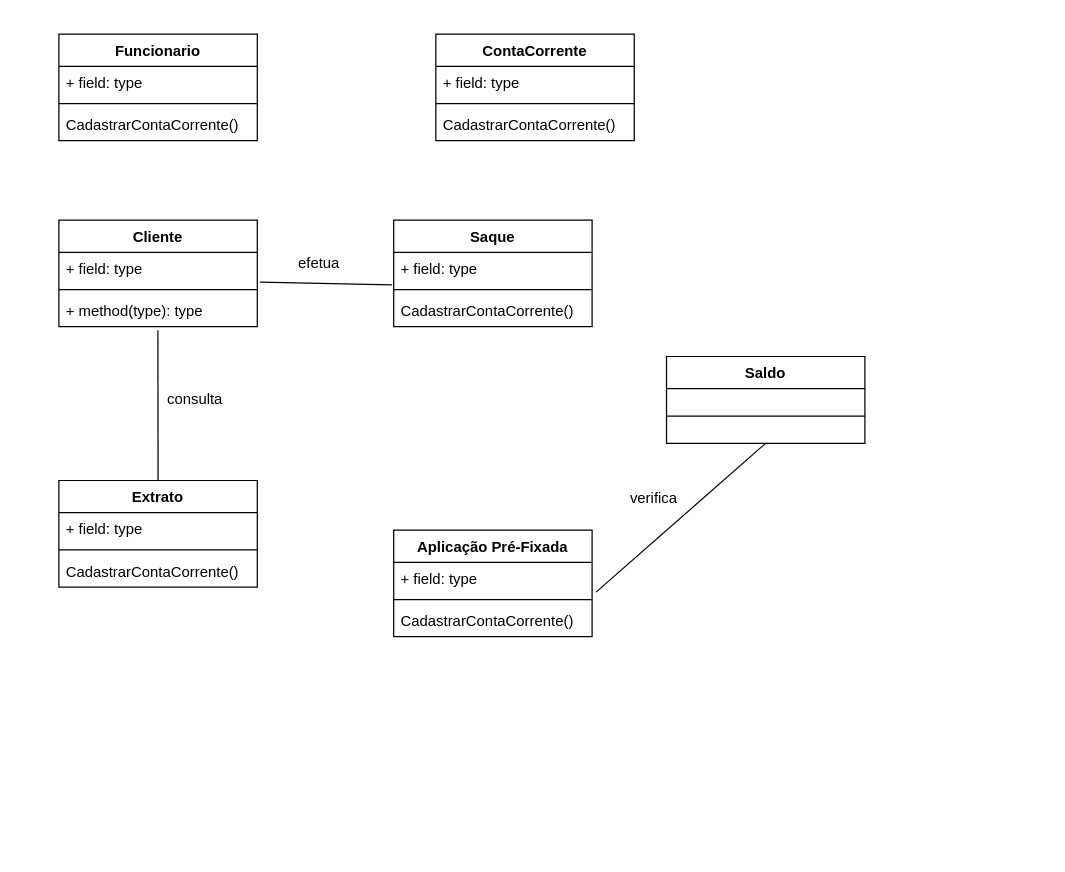
Above: page "Questão 3-4" (2 of 2) of TarefaENG-REQ.drawio in loui674/Diagramas-de-Caso-de-Uso (draw.io), before the change. Source tidied: cells renumbered, new cells numbered last; positions are measured from the earlier drawing's top-left corner, leaving out a move shared by most shapes. Both pictures are drawn from the tidied source at 124%, with x=0, y=0 at pixel (58, 33).
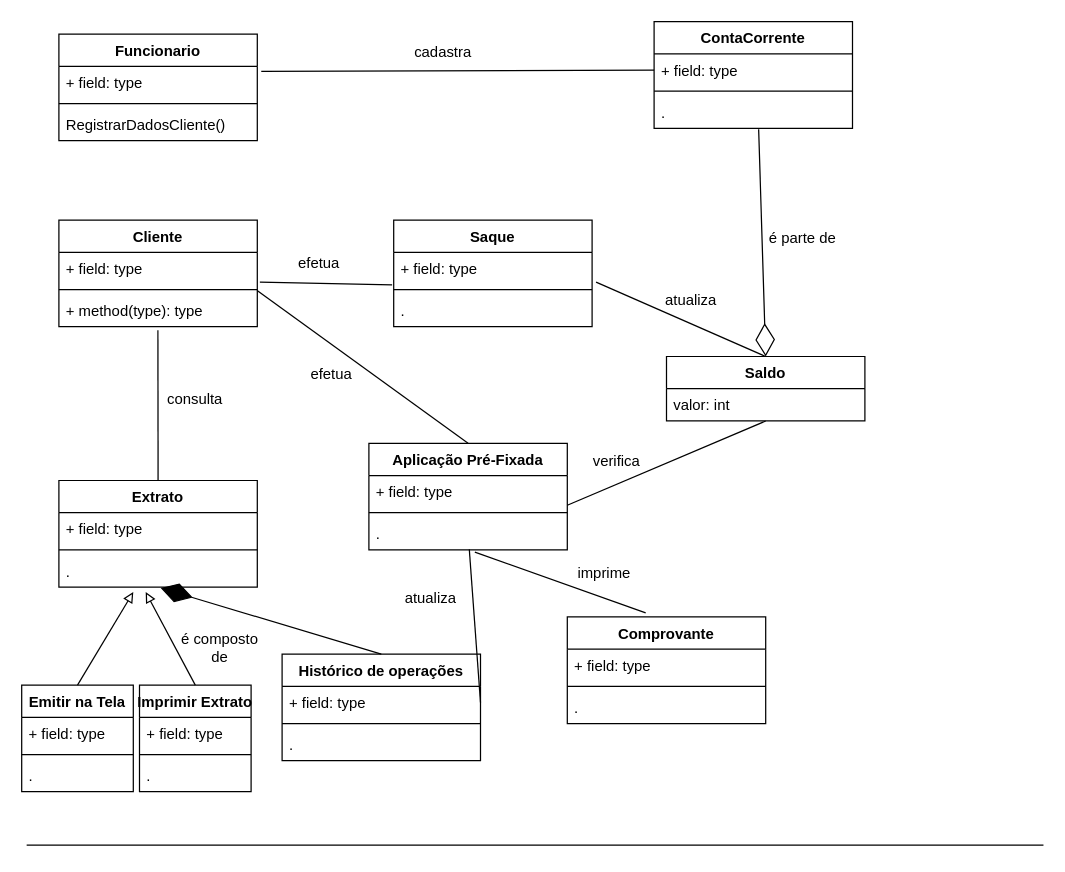
After the change.

Unchanged cells that the change refers to:
```xml
<mxCell id="2" value="Funcionario" style="swimlane;fontStyle=1;align=center;verticalAlign=top;horizontal=1;startSize=26;" parent="1" vertex="1">
  <mxGeometry width="160" height="86" as="geometry" />
</mxCell>
<mxCell id="3" value="+ field: type" style="text;strokeColor=none;fillColor=none;align=left;verticalAlign=top;spacingLeft=4;spacingRight=4;overflow=hidden;points=[[0,0.5],[1,0.5]];portConstraint=eastwest;" parent="2" vertex="1">
  <mxGeometry y="26" width="160" height="26" as="geometry" />
</mxCell>
<mxCell id="9" value="+ method(type): type" style="text;strokeColor=none;fillColor=none;align=left;verticalAlign=top;spacingLeft=4;spacingRight=4;overflow=hidden;points=[[0,0.5],[1,0.5]];portConstraint=eastwest;" parent="6" vertex="1">
  <mxGeometry y="60" width="160" height="26" as="geometry" />
</mxCell>
<mxCell id="11" value="+ field: type" style="text;strokeColor=none;fillColor=none;align=left;verticalAlign=top;spacingLeft=4;spacingRight=4;overflow=hidden;points=[[0,0.5],[1,0.5]];portConstraint=eastwest;" parent="10" vertex="1">
  <mxGeometry y="26" width="160" height="26" as="geometry" />
</mxCell>
<mxCell id="14" value="Saque" style="swimlane;fontStyle=1;align=center;verticalAlign=top;horizontal=1;startSize=26;" parent="1" vertex="1">
  <mxGeometry x="270" y="150" width="160" height="86" as="geometry" />
</mxCell>
<mxCell id="15" value="+ field: type" style="text;strokeColor=none;fillColor=none;align=left;verticalAlign=top;spacingLeft=4;spacingRight=4;overflow=hidden;points=[[0,0.5],[1,0.5]];portConstraint=eastwest;" parent="14" vertex="1">
  <mxGeometry y="26" width="160" height="26" as="geometry" />
</mxCell>
<mxCell id="19" value="+ field: type" style="text;strokeColor=none;fillColor=none;align=left;verticalAlign=top;spacingLeft=4;spacingRight=4;overflow=hidden;points=[[0,0.5],[1,0.5]];portConstraint=eastwest;" parent="18" vertex="1">
  <mxGeometry y="26" width="160" height="26" as="geometry" />
</mxCell>
<mxCell id="22" value="Extrato" style="swimlane;fontStyle=1;align=center;verticalAlign=top;horizontal=1;startSize=26;" parent="1" vertex="1">
  <mxGeometry y="360" width="160" height="86" as="geometry" />
</mxCell>
```

What changed in the source:
```diff
@@
-    <mxCell id="5" value="CadastrarContaCorrente()" style="text;strokeColor=none;fillColor=none;align=left;verticalAlign=top;spacingLeft=4;spacingRight=4;overflow=hidden;" parent="2" vertex="1">
+    <mxCell id="5" value="RegistrarDadosCliente()" style="text;strokeColor=none;fillColor=none;align=left;verticalAlign=top;spacingLeft=4;spacingRight=4;overflow=hidden;" parent="2" vertex="1">
       <mxGeometry y="60" width="160" height="26" as="geometry" />
     </mxCell>
@@
     <mxCell id="10" value="ContaCorrente" style="swimlane;fontStyle=1;align=center;verticalAlign=top;horizontal=1;startSize=26;" parent="1" vertex="1">
-      <mxGeometry x="304" width="160" height="86" as="geometry" />
+      <mxGeometry x="480" y="-10" width="160" height="86" as="geometry" />
     </mxCell>
@@
-    <mxCell id="13" value="CadastrarContaCorrente()" style="text;strokeColor=none;fillColor=none;align=left;verticalAlign=top;spacingLeft=4;spacingRight=4;overflow=hidden;points=[[0,0.5],[1,0.5]];portConstraint=eastwest;" parent="10" vertex="1">
+    <mxCell id="13" value="." style="text;strokeColor=none;fillColor=none;align=left;verticalAlign=top;spacingLeft=4;spacingRight=4;overflow=hidden;points=[[0,0.5],[1,0.5]];portConstraint=eastwest;" parent="10" vertex="1">
       <mxGeometry y="60" width="160" height="26" as="geometry" />
     </mxCell>
@@
-    <mxCell id="17" value="CadastrarContaCorrente()" style="text;strokeColor=none;fillColor=none;align=left;verticalAlign=top;spacingLeft=4;spacingRight=4;overflow=hidden;" parent="14" vertex="1">
+    <mxCell id="17" value="." style="text;strokeColor=none;fillColor=none;align=left;verticalAlign=top;spacingLeft=4;spacingRight=4;overflow=hidden;" parent="14" vertex="1">
       <mxGeometry y="60" width="160" height="26" as="geometry" />
     </mxCell>
     <mxCell id="18" value="Aplicação Pré-Fixada" style="swimlane;fontStyle=1;align=center;verticalAlign=top;horizontal=1;startSize=26;" parent="1" vertex="1">
-      <mxGeometry x="270" y="400" width="160" height="86" as="geometry" />
+      <mxGeometry x="250" y="330" width="160" height="86" as="geometry" />
     </mxCell>
@@
-    <mxCell id="21" value="CadastrarContaCorrente()" style="text;strokeColor=none;fillColor=none;align=left;verticalAlign=top;spacingLeft=4;spacingRight=4;overflow=hidden;points=[[0,0.5],[1,0.5]];portConstraint=eastwest;" parent="18" vertex="1">
+    <mxCell id="21" value="." style="text;strokeColor=none;fillColor=none;align=left;verticalAlign=top;spacingLeft=4;spacingRight=4;overflow=hidden;points=[[0,0.5],[1,0.5]];portConstraint=eastwest;" parent="18" vertex="1">
       <mxGeometry y="60" width="160" height="26" as="geometry" />
     </mxCell>
@@
-    <mxCell id="25" value="CadastrarContaCorrente()" style="text;strokeColor=none;fillColor=none;align=left;verticalAlign=top;spacingLeft=4;spacingRight=4;overflow=hidden;points=[[0,0.5],[1,0.5]];portConstraint=eastwest;" parent="22" vertex="1">
+    <mxCell id="25" value="." style="text;strokeColor=none;fillColor=none;align=left;verticalAlign=top;spacingLeft=4;spacingRight=4;overflow=hidden;points=[[0,0.5],[1,0.5]];portConstraint=eastwest;" parent="22" vertex="1">
       <mxGeometry y="60" width="160" height="26" as="geometry" />
     </mxCell>
     <mxCell id="26" value="Saldo" style="swimlane;fontStyle=1;align=center;verticalAlign=top;horizontal=1;startSize=26;" parent="1" vertex="1">
-      <mxGeometry x="490" y="260" width="160" height="70" as="geometry" />
+      <mxGeometry x="490" y="260" width="160" height="52" as="geometry" />
     </mxCell>
-    <mxCell id="27" style="line;strokeWidth=1;fillColor=none;align=left;verticalAlign=middle;spacingTop=-1;spacingLeft=3;spacingRight=3;labelPosition=right;strokeColor=inherit;" parent="26" vertex="1">
-      <mxGeometry y="26" width="160" height="44" as="geometry" />
-    </mxCell>
+    <mxCell id="34" value="valor: int" style="text;strokeColor=none;fillColor=none;align=left;verticalAlign=top;spacingLeft=4;spacingRight=4;overflow=hidden;" parent="26" vertex="1">
+      <mxGeometry y="26" width="160" height="26" as="geometry" />
+    </mxCell>
@@
-    <mxCell id="31" style="endArrow=none;html=1;rounded=0;entryX=0.5;entryY=1;entryDx=0;entryDy=0;exitX=1.02;exitY=0.924;exitDx=0;exitDy=0;exitPerimeter=0;" parent="1" edge="1" source="19" target="26">
-      <mxGeometry relative="1" as="geometry" />
+    <mxCell id="31" style="endArrow=none;html=1;rounded=0;entryX=0.5;entryY=1;entryDx=0;entryDy=0;" parent="1" edge="1" target="26">
+      <mxGeometry relative="1" as="geometry">
+        <mxPoint x="410" y="380" as="sourcePoint" />
+      </mxGeometry>
     </mxCell>
     <mxCell id="32" value="verifica" style="text;html=1;strokeColor=none;fillColor=none;align=center;verticalAlign=middle;whiteSpace=wrap;rounded=0;" parent="1" vertex="1">
-      <mxGeometry x="450" y="360" width="60" height="30" as="geometry" />
+      <mxGeometry x="420" y="330" width="60" height="30" as="geometry" />
     </mxCell>
@@
+    <mxCell id="35" style="endArrow=none;html=1;rounded=0;entryX=1.02;entryY=0.924;entryDx=0;entryDy=0;exitX=0.5;exitY=0;exitDx=0;exitDy=0;entryPerimeter=0;" parent="1" edge="1" source="26" target="15">
+      <mxGeometry relative="1" as="geometry" />
+    </mxCell>
+    <mxCell id="36" value="atualiza" style="text;html=1;strokeColor=none;fillColor=none;align=center;verticalAlign=middle;whiteSpace=wrap;rounded=0;" parent="1" vertex="1">
+      <mxGeometry x="480" y="200" width="60" height="30" as="geometry" />
+    </mxCell>
+    <mxCell id="37" style="endArrow=diamondThin;endFill=0;endSize=24;html=1;rounded=0;entryX=0.5;entryY=0;entryDx=0;entryDy=0;exitX=0.527;exitY=1.027;exitDx=0;exitDy=0;exitPerimeter=0;" parent="1" edge="1" source="13" target="26">
+      <mxGeometry relative="1" as="geometry" />
+    </mxCell>
+    <mxCell id="38" value="é parte de" style="text;html=1;strokeColor=none;fillColor=none;align=center;verticalAlign=middle;whiteSpace=wrap;rounded=0;" parent="1" vertex="1">
+      <mxGeometry x="570" y="150" width="60" height="30" as="geometry" />
+    </mxCell>
+    <mxCell id="39" style="endArrow=none;html=1;rounded=0;entryX=1.02;entryY=0.155;entryDx=0;entryDy=0;exitX=0;exitY=0.5;exitDx=0;exitDy=0;entryPerimeter=0;" parent="1" edge="1" source="11" target="3">
+      <mxGeometry relative="1" as="geometry" />
+    </mxCell>
+    <mxCell id="40" value="cadastra" style="text;html=1;strokeColor=none;fillColor=none;align=center;verticalAlign=middle;whiteSpace=wrap;rounded=0;" parent="1" vertex="1">
+      <mxGeometry x="280" width="60" height="30" as="geometry" />
+    </mxCell>
+    <mxCell id="41" value="Histórico de operações" style="swimlane;fontStyle=1;align=center;verticalAlign=top;horizontal=1;startSize=26;" parent="1" vertex="1">
+      <mxGeometry x="180" y="500" width="160" height="86" as="geometry" />
+    </mxCell>
+    <mxCell id="42" value="+ field: type" style="text;strokeColor=none;fillColor=none;align=left;verticalAlign=top;spacingLeft=4;spacingRight=4;overflow=hidden;points=[[0,0.5],[1,0.5]];portConstraint=eastwest;" parent="41" vertex="1">
+      <mxGeometry y="26" width="160" height="26" as="geometry" />
+    </mxCell>
+    <mxCell id="43" style="line;strokeWidth=1;fillColor=none;align=left;verticalAlign=middle;spacingTop=-1;spacingLeft=3;spacingRight=3;labelPosition=right;strokeColor=inherit;" parent="41" vertex="1">
+      <mxGeometry y="52" width="160" height="8" as="geometry" />
+    </mxCell>
+    <mxCell id="44" value="." style="text;strokeColor=none;fillColor=none;align=left;verticalAlign=top;spacingLeft=4;spacingRight=4;overflow=hidden;" parent="41" vertex="1">
+      <mxGeometry y="60" width="160" height="26" as="geometry" />
+    </mxCell>
+    <mxCell id="45" style="endArrow=diamondThin;endFill=1;endSize=24;html=1;rounded=0;entryX=0.513;entryY=1.027;entryDx=0;entryDy=0;entryPerimeter=0;exitX=0.5;exitY=0;exitDx=0;exitDy=0;" parent="1" edge="1" source="41" target="25">
+      <mxGeometry relative="1" as="geometry" />
+    </mxCell>
+    <mxCell id="46" value="é composto de" style="text;html=1;strokeColor=none;fillColor=none;align=center;verticalAlign=middle;whiteSpace=wrap;rounded=0;" parent="1" vertex="1">
+      <mxGeometry x="90" y="480" width="80" height="30" as="geometry" />
+    </mxCell>
+    <mxCell id="47" style="endArrow=none;html=1;rounded=0;entryX=0.999;entryY=-0.127;entryDx=0;entryDy=0;exitX=0.5;exitY=0;exitDx=0;exitDy=0;entryPerimeter=0;" parent="1" edge="1" source="18" target="9">
+      <mxGeometry relative="1" as="geometry" />
+    </mxCell>
+    <mxCell id="48" value="efetua" style="text;html=1;strokeColor=none;fillColor=none;align=center;verticalAlign=middle;whiteSpace=wrap;rounded=0;" parent="1" vertex="1">
+      <mxGeometry x="190" y="260" width="60" height="30" as="geometry" />
+    </mxCell>
+    <mxCell id="49" style="endArrow=none;html=1;rounded=0;entryX=0.506;entryY=0.984;entryDx=0;entryDy=0;exitX=1;exitY=0.5;exitDx=0;exitDy=0;entryPerimeter=0;" parent="1" edge="1" source="42" target="21">
+      <mxGeometry relative="1" as="geometry" />
+    </mxCell>
+    <mxCell id="50" value="atualiza" style="text;html=1;strokeColor=none;fillColor=none;align=center;verticalAlign=middle;whiteSpace=wrap;rounded=0;" parent="1" vertex="1">
+      <mxGeometry x="270" y="440" width="60" height="30" as="geometry" />
+    </mxCell>
+    <mxCell id="51" value="Comprovante" style="swimlane;fontStyle=1;align=center;verticalAlign=top;horizontal=1;startSize=26;" parent="1" vertex="1">
+      <mxGeometry x="410" y="470" width="160" height="86" as="geometry" />
+    </mxCell>
+    <mxCell id="52" value="+ field: type" style="text;strokeColor=none;fillColor=none;align=left;verticalAlign=top;spacingLeft=4;spacingRight=4;overflow=hidden;" parent="51" vertex="1">
+      <mxGeometry y="26" width="160" height="26" as="geometry" />
+    </mxCell>
+    <mxCell id="53" style="line;strokeWidth=1;fillColor=none;align=left;verticalAlign=middle;spacingTop=-1;spacingLeft=3;spacingRight=3;labelPosition=right;strokeColor=inherit;" parent="51" vertex="1">
+      <mxGeometry y="52" width="160" height="8" as="geometry" />
+    </mxCell>
+    <mxCell id="54" value="." style="text;strokeColor=none;fillColor=none;align=left;verticalAlign=top;spacingLeft=4;spacingRight=4;overflow=hidden;" parent="51" vertex="1">
+      <mxGeometry y="60" width="160" height="26" as="geometry" />
+    </mxCell>
+    <mxCell id="55" style="endArrow=none;html=1;rounded=0;entryX=0.534;entryY=1.069;entryDx=0;entryDy=0;exitX=0.395;exitY=-0.038;exitDx=0;exitDy=0;exitPerimeter=0;entryPerimeter=0;" parent="1" edge="1" source="51" target="21">
+      <mxGeometry relative="1" as="geometry" />
+    </mxCell>
+    <mxCell id="56" value="imprime" style="text;html=1;strokeColor=none;fillColor=none;align=center;verticalAlign=middle;whiteSpace=wrap;rounded=0;" parent="1" vertex="1">
+      <mxGeometry x="410" y="420" width="60" height="30" as="geometry" />
+    </mxCell>
+    <mxCell id="57" value="Emitir na Tela" style="swimlane;fontStyle=1;align=center;verticalAlign=top;horizontal=1;startSize=26;" parent="1" vertex="1">
+      <mxGeometry x="-30" y="525" width="90" height="86" as="geometry" />
+    </mxCell>
+    <mxCell id="58" value="+ field: type" style="text;strokeColor=none;fillColor=none;align=left;verticalAlign=top;spacingLeft=4;spacingRight=4;overflow=hidden;" parent="57" vertex="1">
+      <mxGeometry y="26" width="90" height="26" as="geometry" />
+    </mxCell>
+    <mxCell id="59" style="line;strokeWidth=1;fillColor=none;align=left;verticalAlign=middle;spacingTop=-1;spacingLeft=3;spacingRight=3;labelPosition=right;strokeColor=inherit;" parent="57" vertex="1">
+      <mxGeometry y="52" width="90" height="8" as="geometry" />
+    </mxCell>
+    <mxCell id="60" value="." style="text;strokeColor=none;fillColor=none;align=left;verticalAlign=top;spacingLeft=4;spacingRight=4;overflow=hidden;" parent="57" vertex="1">
+      <mxGeometry y="60" width="90" height="26" as="geometry" />
+    </mxCell>
+    <mxCell id="61" value="Imprimir Extrato" style="swimlane;fontStyle=1;align=center;verticalAlign=top;horizontal=1;startSize=26;" parent="1" vertex="1">
+      <mxGeometry x="65" y="525" width="90" height="86" as="geometry" />
+    </mxCell>
+    <mxCell id="62" value="+ field: type" style="text;strokeColor=none;fillColor=none;align=left;verticalAlign=top;spacingLeft=4;spacingRight=4;overflow=hidden;" parent="61" vertex="1">
+      <mxGeometry y="26" width="90" height="26" as="geometry" />
+    </mxCell>
+    <mxCell id="63" style="line;strokeWidth=1;fillColor=none;align=left;verticalAlign=middle;spacingTop=-1;spacingLeft=3;spacingRight=3;labelPosition=right;strokeColor=inherit;" parent="61" vertex="1">
+      <mxGeometry y="52" width="90" height="8" as="geometry" />
+    </mxCell>
+    <mxCell id="64" value="." style="text;strokeColor=none;fillColor=none;align=left;verticalAlign=top;spacingLeft=4;spacingRight=4;overflow=hidden;" parent="61" vertex="1">
+      <mxGeometry y="60" width="90" height="26" as="geometry" />
+    </mxCell>
+    <mxCell id="65" style="endArrow=block;html=1;rounded=0;endFill=0;exitX=0.5;exitY=0;exitDx=0;exitDy=0;" parent="1" edge="1" source="57">
+      <mxGeometry relative="1" as="geometry">
+        <mxPoint x="60" y="450" as="targetPoint" />
+      </mxGeometry>
+    </mxCell>
+    <mxCell id="66" style="endArrow=block;html=1;rounded=0;endFill=0;exitX=0.5;exitY=0;exitDx=0;exitDy=0;" parent="1" edge="1" source="61">
+      <mxGeometry relative="1" as="geometry">
+        <mxPoint x="70" y="450" as="targetPoint" />
+      </mxGeometry>
+    </mxCell>
+    <mxCell id="67" style="line;strokeWidth=1;fillColor=none;align=left;verticalAlign=middle;spacingTop=-1;spacingLeft=3;spacingRight=3;labelPosition=right;strokeColor=inherit;" parent="1" vertex="1">
+      <mxGeometry x="-26" y="650" width="820" height="8" as="geometry" />
+    </mxCell>
```
